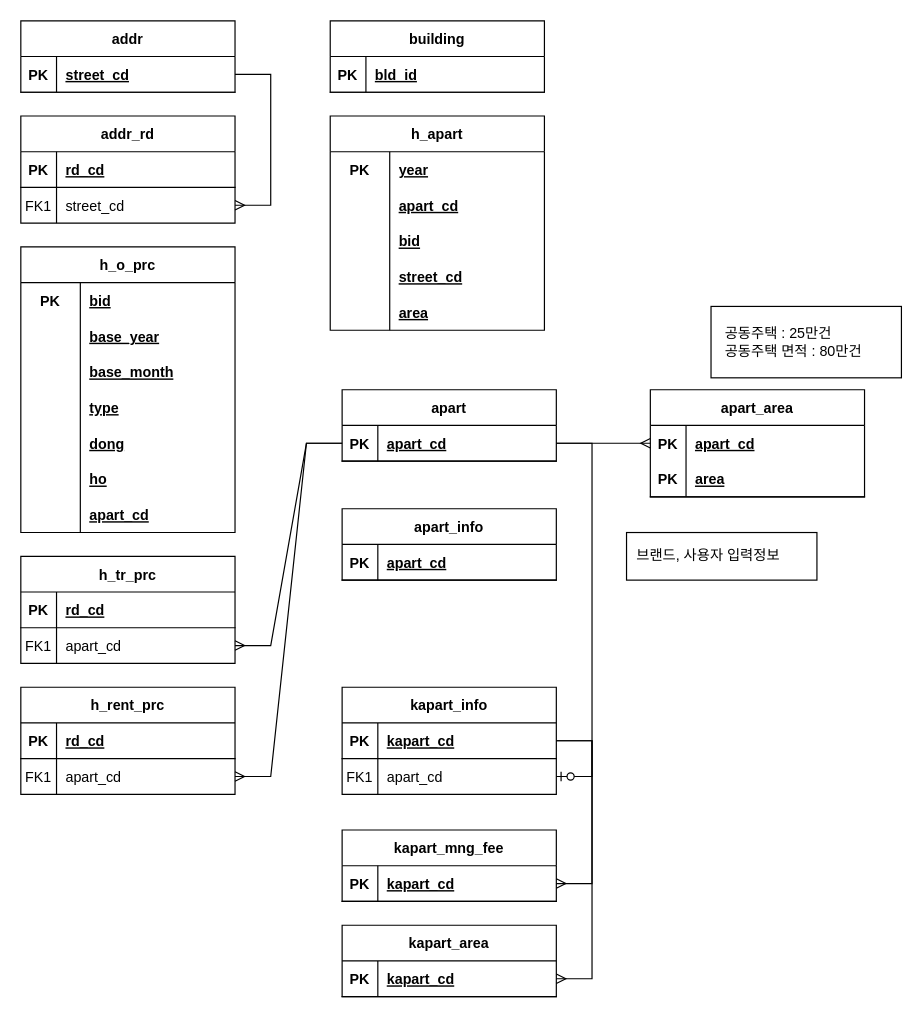
Earlier version of the draw.io diagram knowingasset Diagram.drawio (steve92son/test). Source tidied: cells renumbered, new cells numbered last; positions are measured from the earlier drawing's top-left corner, leaving out a move shared by most shapes. Both pictures are drawn from the tidied source at 119%, with x=0, y=0 at pixel (20, 20).
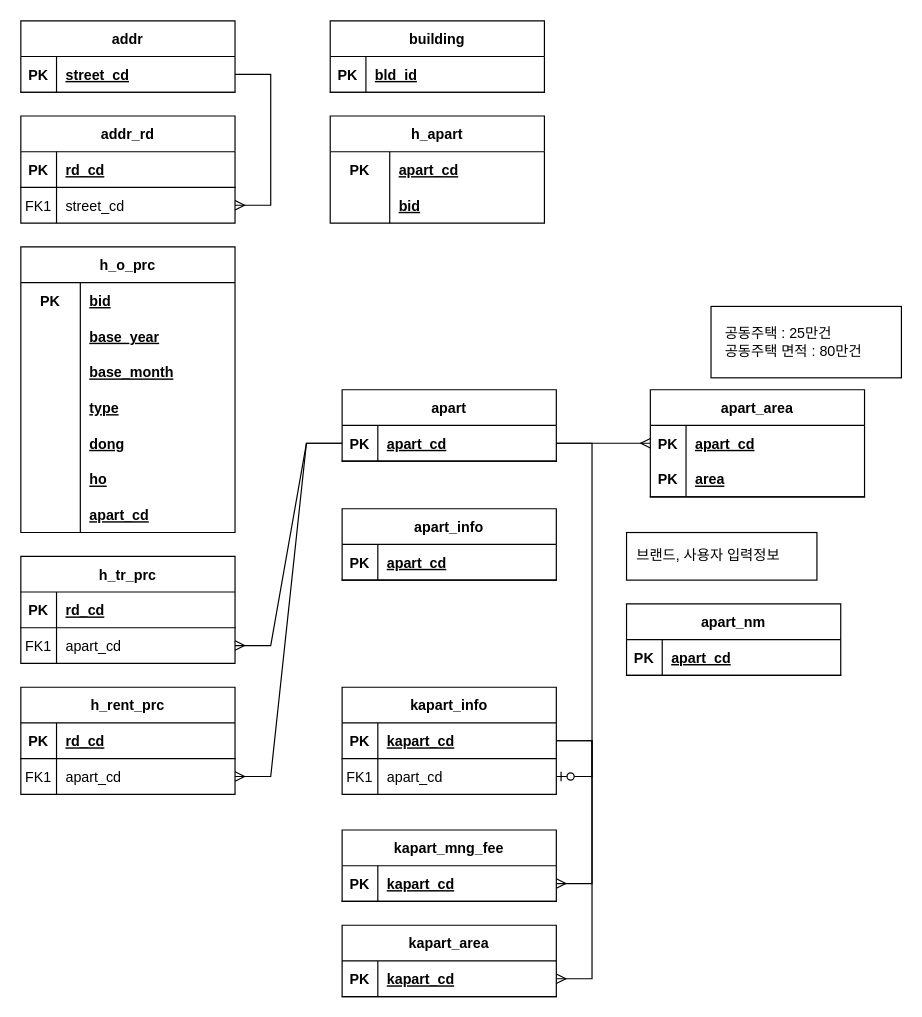
The same diagram, later.

Unchanged cells that the change refers to:
```xml
<mxCell id="81" style="shape=tableRow;horizontal=0;startSize=0;swimlaneHead=0;swimlaneBody=0;fillColor=none;top=0;left=0;right=0;bottom=0;" parent="80" vertex="1">
  <mxGeometry y="30" width="180" height="30" as="geometry" />
</mxCell>
```

Diff of the diagram source:
```diff
@@
     <mxCell id="80" value="h_apart" style="shape=table;startSize=30;childLayout=tableLayout;rowLines=0;fontStyle=1;align=center;" parent="1" vertex="1">
-      <mxGeometry x="260" y="80" width="180" height="180" as="geometry" />
+      <mxGeometry x="260" y="80" width="180" height="90" as="geometry" />
     </mxCell>
@@
-    <mxCell id="83" value="year" style="shape=partialRectangle;fillColor=none;top=0;left=0;bottom=0;right=0;align=left;spacingLeft=6;fontStyle=5;overflow=hidden;" parent="81" vertex="1">
+    <mxCell id="83" style="shape=partialRectangle;fillColor=none;top=0;left=0;bottom=0;right=0;align=left;spacingLeft=6;fontStyle=5;overflow=hidden;" parent="81" vertex="1">
       <mxGeometry x="50" width="130" height="30" as="geometry" />
     </mxCell>
@@
-    <mxCell id="87" style="shape=tableRow;horizontal=0;startSize=0;swimlaneHead=0;swimlaneBody=0;fillColor=none;top=0;left=0;right=0;bottom=0;" parent="80" vertex="1">
-      <mxGeometry y="90" width="180" height="30" as="geometry" />
-    </mxCell>
-    <mxCell id="88" style="shape=partialRectangle;fillColor=none;top=0;left=0;bottom=0;right=0;fontStyle=1;overflow=hidden;" parent="87" vertex="1">
-      <mxGeometry width="50" height="30" as="geometry" />
-    </mxCell>
-    <mxCell id="89" style="shape=partialRectangle;fillColor=none;top=0;left=0;bottom=0;right=0;align=left;spacingLeft=6;fontStyle=5;overflow=hidden;" parent="87" vertex="1">
-      <mxGeometry x="50" width="130" height="30" as="geometry" />
-    </mxCell>
-    <mxCell id="90" style="shape=tableRow;horizontal=0;startSize=0;swimlaneHead=0;swimlaneBody=0;fillColor=none;top=0;left=0;right=0;bottom=0;" parent="80" vertex="1">
-      <mxGeometry y="120" width="180" height="30" as="geometry" />
-    </mxCell>
-    <mxCell id="91" style="shape=partialRectangle;fillColor=none;top=0;left=0;bottom=0;right=0;fontStyle=1;overflow=hidden;" parent="90" vertex="1">
-      <mxGeometry width="50" height="30" as="geometry" />
-    </mxCell>
-    <mxCell id="92" style="shape=partialRectangle;fillColor=none;top=0;left=0;bottom=0;right=0;align=left;spacingLeft=6;fontStyle=5;overflow=hidden;" parent="90" vertex="1">
-      <mxGeometry x="50" width="130" height="30" as="geometry" />
-    </mxCell>
-    <mxCell id="93" style="shape=tableRow;horizontal=0;startSize=0;swimlaneHead=0;swimlaneBody=0;fillColor=none;top=0;left=0;right=0;bottom=0;" parent="80" vertex="1">
-      <mxGeometry y="150" width="180" height="30" as="geometry" />
-    </mxCell>
-    <mxCell id="94" style="shape=partialRectangle;fillColor=none;top=0;left=0;bottom=0;right=0;fontStyle=1;overflow=hidden;" parent="93" vertex="1">
-      <mxGeometry width="50" height="30" as="geometry" />
-    </mxCell>
-    <mxCell id="95" style="shape=partialRectangle;fillColor=none;top=0;left=0;bottom=0;right=0;align=left;spacingLeft=6;fontStyle=5;overflow=hidden;" parent="93" vertex="1">
-      <mxGeometry x="50" width="130" height="30" as="geometry" />
-    </mxCell>
     <mxCell id="96" value="apart_cd" style="shape=partialRectangle;fillColor=none;top=0;left=0;bottom=0;right=0;align=left;spacingLeft=6;fontStyle=5;overflow=hidden;" parent="1" vertex="1">
-      <mxGeometry x="310" y="140" width="130" height="30" as="geometry" />
+      <mxGeometry x="310" y="110" width="130" height="30" as="geometry" />
     </mxCell>
     <mxCell id="97" value="bid" style="shape=partialRectangle;fillColor=none;top=0;left=0;bottom=0;right=0;align=left;spacingLeft=6;fontStyle=5;overflow=hidden;" parent="1" vertex="1">
-      <mxGeometry x="310" y="170" width="130" height="30" as="geometry" />
+      <mxGeometry x="310" y="140" width="130" height="30" as="geometry" />
     </mxCell>
-    <mxCell id="98" value="street_cd" style="shape=partialRectangle;fillColor=none;top=0;left=0;bottom=0;right=0;align=left;spacingLeft=6;fontStyle=5;overflow=hidden;" parent="1" vertex="1">
-      <mxGeometry x="310" y="200" width="130" height="30" as="geometry" />
-    </mxCell>
-    <mxCell id="99" value="area" style="shape=partialRectangle;fillColor=none;top=0;left=0;bottom=0;right=0;align=left;spacingLeft=6;fontStyle=5;overflow=hidden;" parent="1" vertex="1">
-      <mxGeometry x="310" y="230" width="130" height="30" as="geometry" />
-    </mxCell>
@@
+    <mxCell id="118" value="apart_nm" style="shape=table;startSize=30;childLayout=tableLayout;rowLines=0;fontStyle=1;align=center;" parent="1" vertex="1">
+      <mxGeometry x="509" y="490" width="180" height="60" as="geometry" />
+    </mxCell>
+    <mxCell id="119" style="shape=tableRow;horizontal=0;startSize=0;swimlaneHead=0;swimlaneBody=0;fillColor=none;top=0;left=0;right=0;bottom=1;" parent="118" vertex="1">
+      <mxGeometry y="30" width="180" height="30" as="geometry" />
+    </mxCell>
+    <mxCell id="120" value="PK" style="shape=partialRectangle;fillColor=none;top=0;left=0;bottom=0;right=0;fontStyle=1;overflow=hidden;" parent="119" vertex="1">
+      <mxGeometry width="30" height="30" as="geometry" />
+    </mxCell>
+    <mxCell id="121" value="apart_cd" style="shape=partialRectangle;fillColor=none;top=0;left=0;bottom=0;right=0;align=left;spacingLeft=6;fontStyle=5;overflow=hidden;" parent="119" vertex="1">
+      <mxGeometry x="30" width="150" height="30" as="geometry" />
+    </mxCell>
```
